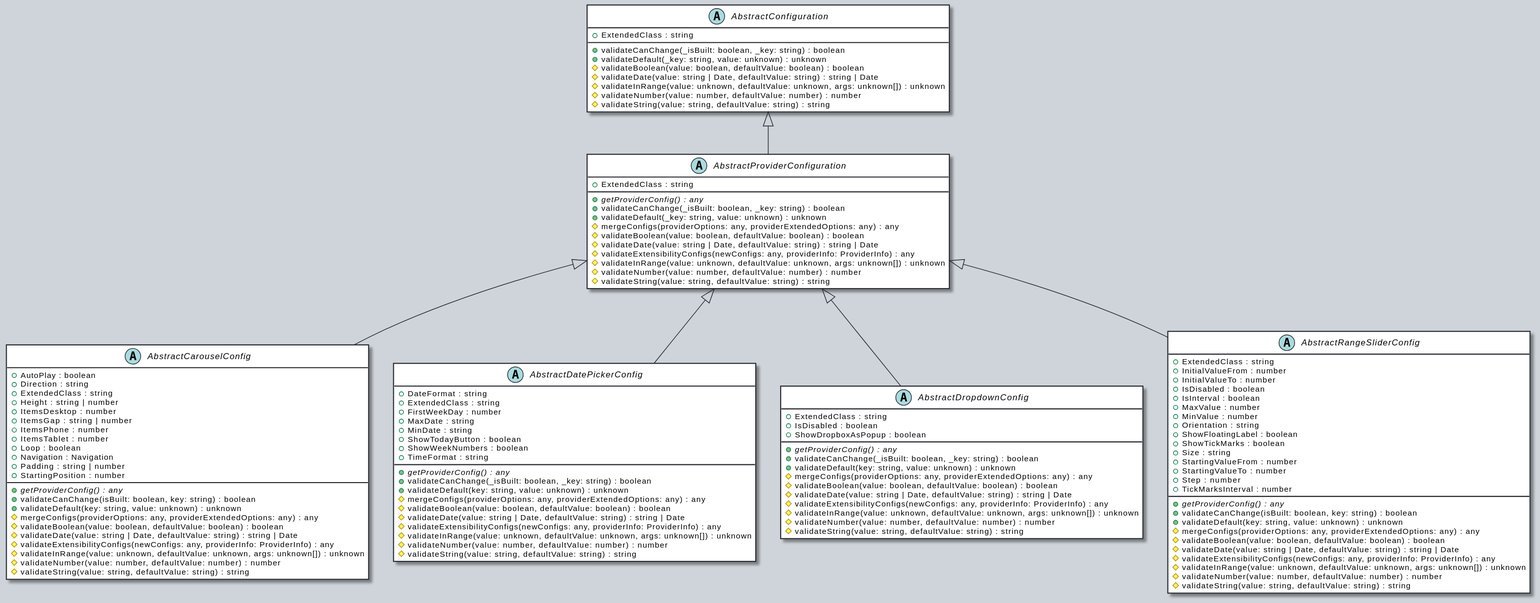
OutSystems/outsystems-ui keeps this PlantUML diagram as docs/assets/AbstractProviderConfiguration-umlClassDiagram-1554.svg. Above is the earlier version.
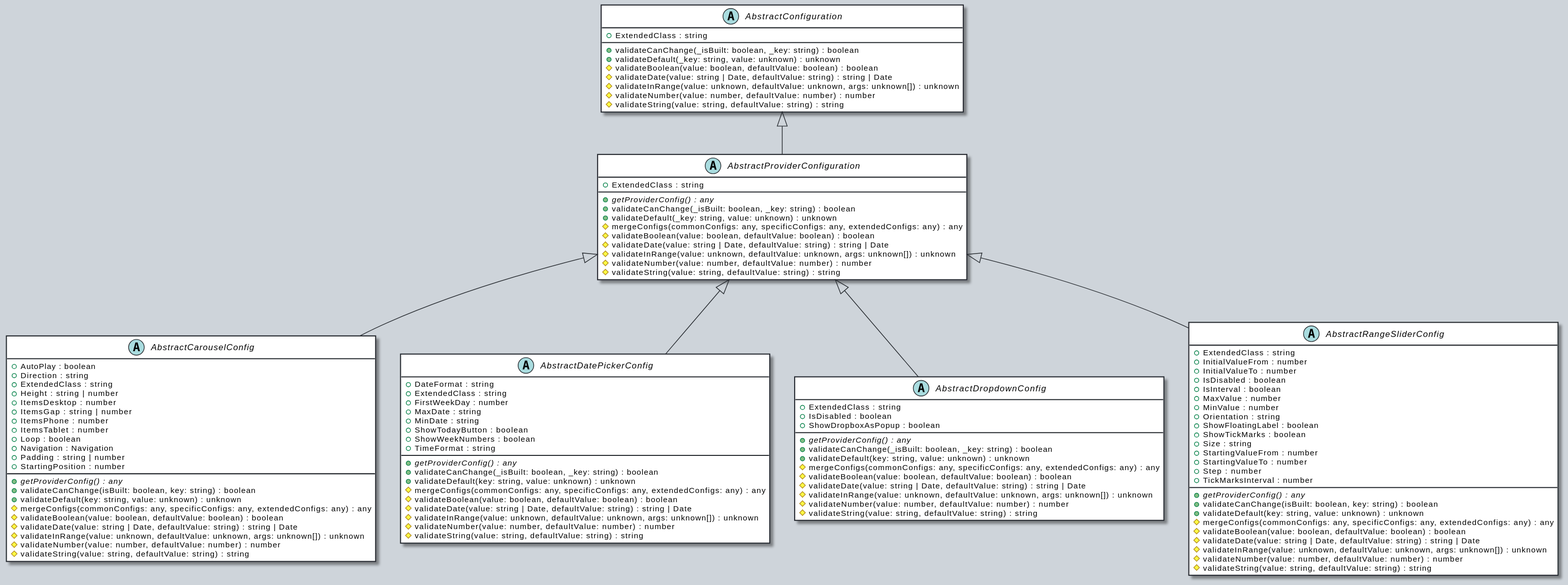
After the change.

The edit, as a diff of the source:
```diff
@@ -10,10 +10,9 @@
     {abstract} +getProviderConfig() : any
     +validateCanChange(_isBuilt: boolean, _key: string) : boolean
     +validateDefault(_key: string, value: unknown) : unknown
-    #mergeConfigs(providerOptions: any, providerExtendedOptions: any) : any
+    #mergeConfigs(commonConfigs: any, specificConfigs: any, extendedConfigs: any) : any
     #validateBoolean(value: boolean, defaultValue: boolean) : boolean
     #validateDate(value: string | Date, defaultValue: string) : string | Date
-    #validateExtensibilityConfigs(newConfigs: any, providerInfo: ProviderInfo) : any
     #validateInRange(value: unknown, defaultValue: unknown, args: unknown[]) : unknown
     #validateNumber(value: number, defaultValue: number) : number
     #validateString(value: string, defaultValue: string) : string
@@ -45,10 +44,9 @@
     {abstract} +getProviderConfig() : any
     +validateCanChange(isBuilt: boolean, key: string) : boolean
     +validateDefault(key: string, value: unknown) : unknown
-    #mergeConfigs(providerOptions: any, providerExtendedOptions: any) : any
+    #mergeConfigs(commonConfigs: any, specificConfigs: any, extendedConfigs: any) : any
     #validateBoolean(value: boolean, defaultValue: boolean) : boolean
     #validateDate(value: string | Date, defaultValue: string) : string | Date
-    #validateExtensibilityConfigs(newConfigs: any, providerInfo: ProviderInfo) : any
     #validateInRange(value: unknown, defaultValue: unknown, args: unknown[]) : unknown
     #validateNumber(value: number, defaultValue: number) : number
     #validateString(value: string, defaultValue: string) : string
@@ -66,10 +64,9 @@
     {abstract} +getProviderConfig() : any
     +validateCanChange(_isBuilt: boolean, _key: string) : boolean
     +validateDefault(key: string, value: unknown) : unknown
-    #mergeConfigs(providerOptions: any, providerExtendedOptions: any) : any
+    #mergeConfigs(commonConfigs: any, specificConfigs: any, extendedConfigs: any) : any
     #validateBoolean(value: boolean, defaultValue: boolean) : boolean
     #validateDate(value: string | Date, defaultValue: string) : string | Date
-    #validateExtensibilityConfigs(newConfigs: any, providerInfo: ProviderInfo) : any
     #validateInRange(value: unknown, defaultValue: unknown, args: unknown[]) : unknown
     #validateNumber(value: number, defaultValue: number) : number
     #validateString(value: string, defaultValue: string) : string
@@ -82,10 +79,9 @@
     {abstract} +getProviderConfig() : any
     +validateCanChange(_isBuilt: boolean, _key: string) : boolean
     +validateDefault(key: string, value: unknown) : unknown
-    #mergeConfigs(providerOptions: any, providerExtendedOptions: any) : any
+    #mergeConfigs(commonConfigs: any, specificConfigs: any, extendedConfigs: any) : any
     #validateBoolean(value: boolean, defaultValue: boolean) : boolean
     #validateDate(value: string | Date, defaultValue: string) : string | Date
-    #validateExtensibilityConfigs(newConfigs: any, providerInfo: ProviderInfo) : any
     #validateInRange(value: unknown, defaultValue: unknown, args: unknown[]) : unknown
     #validateNumber(value: number, defaultValue: number) : number
     #validateString(value: string, defaultValue: string) : string
@@ -110,10 +106,9 @@
     {abstract} +getProviderConfig() : any
     +validateCanChange(isBuilt: boolean, key: string) : boolean
     +validateDefault(key: string, value: unknown) : unknown
-    #mergeConfigs(providerOptions: any, providerExtendedOptions: any) : any
+    #mergeConfigs(commonConfigs: any, specificConfigs: any, extendedConfigs: any) : any
     #validateBoolean(value: boolean, defaultValue: boolean) : boolean
     #validateDate(value: string | Date, defaultValue: string) : string | Date
-    #validateExtensibilityConfigs(newConfigs: any, providerInfo: ProviderInfo) : any
     #validateInRange(value: unknown, defaultValue: unknown, args: unknown[]) : unknown
     #validateNumber(value: number, defaultValue: number) : number
     #validateString(value: string, defaultValue: string) : string
```
